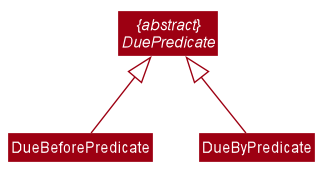
urieltan/tp keeps this PlantUML diagram as docs/images/filterFunction/PredicateClassDiagram.png. Above is the earlier version. Source of this version:
```plantuml
@startuml








skinparam BackgroundColor #FFFFFFF

skinparam Shadowing false

skinparam Class {
    FontColor #FFFFFF
    BorderThickness 1
    BorderColor #FFFFFF
    StereotypeFontColor #FFFFFF
    FontName Arial
}

skinparam Actor {
    BorderColor #000000
    Color #000000
    FontName Arial
}

skinparam Sequence {
    MessageAlign center
    BoxFontSize 15
    BoxPadding 0
    BoxFontColor #FFFFFF
    FontName Arial
}

skinparam Participant {
    FontColor #FFFFFFF
    Padding 20
}

skinparam MinClassWidth 50
skinparam ParticipantPadding 10
skinparam Shadowing false
skinparam DefaultTextAlignment center
skinparam packageStyle Rectangle

hide footbox
hide members
hide circle
skinparam arrowThickness 1.1
skinparam arrowColor #9D0012
skinparam classBackgroundColor #9D0012

abstract class "{abstract}\nDuePredicate" as DuePredicate
class DueBeforePredicate
class DueByPredicate

DuePredicate <|-- DueBeforePredicate
DuePredicate <|-- DueByPredicate

@enduml
```
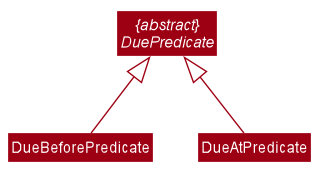
After the change.

The edit, as a diff of the source:
```diff
@@ -53,9 +53,9 @@
 
 abstract class "{abstract}\nDuePredicate" as DuePredicate
 class DueBeforePredicate
-class DueByPredicate
+class DueAtPredicate
 
 DuePredicate <|-- DueBeforePredicate
-DuePredicate <|-- DueByPredicate
+DuePredicate <|-- DueAtPredicate
 
 @enduml
```
